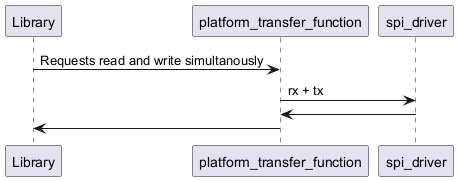
The PlantUML diagram libs/LibL6474/doc/html/inline_umlgraph_11.png in tomgelhorn/stepper, before a commit. Source of this version:
```plantuml
@startuml inline_umlgraph_11.png
Library -> platform_transfer_function : Requests read and write simultanously
platform_transfer_function -> spi_driver : rx + tx
platform_transfer_function <- spi_driver
Library <- platform_transfer_function
@enduml
```
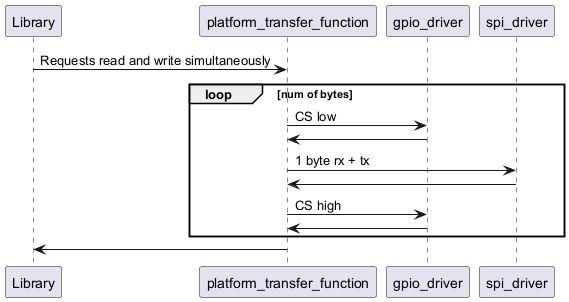
The same diagram one commit later.

Diff of the diagram source:
```diff
@@ -1,6 +1,12 @@
 @startuml inline_umlgraph_11.png
-Library -> platform_transfer_function : Requests read and write simultanously
-platform_transfer_function -> spi_driver : rx + tx
-platform_transfer_function <- spi_driver
+Library -> platform_transfer_function : Requests read and write simultaneously
+loop num of bytes
+  platform_transfer_function -> gpio_driver : CS low
+  platform_transfer_function <- gpio_driver
+  platform_transfer_function -> spi_driver : 1 byte rx + tx
+  platform_transfer_function <- spi_driver
+  platform_transfer_function -> gpio_driver : CS high
+  platform_transfer_function <- gpio_driver
+end
 Library <- platform_transfer_function
 @enduml
```
